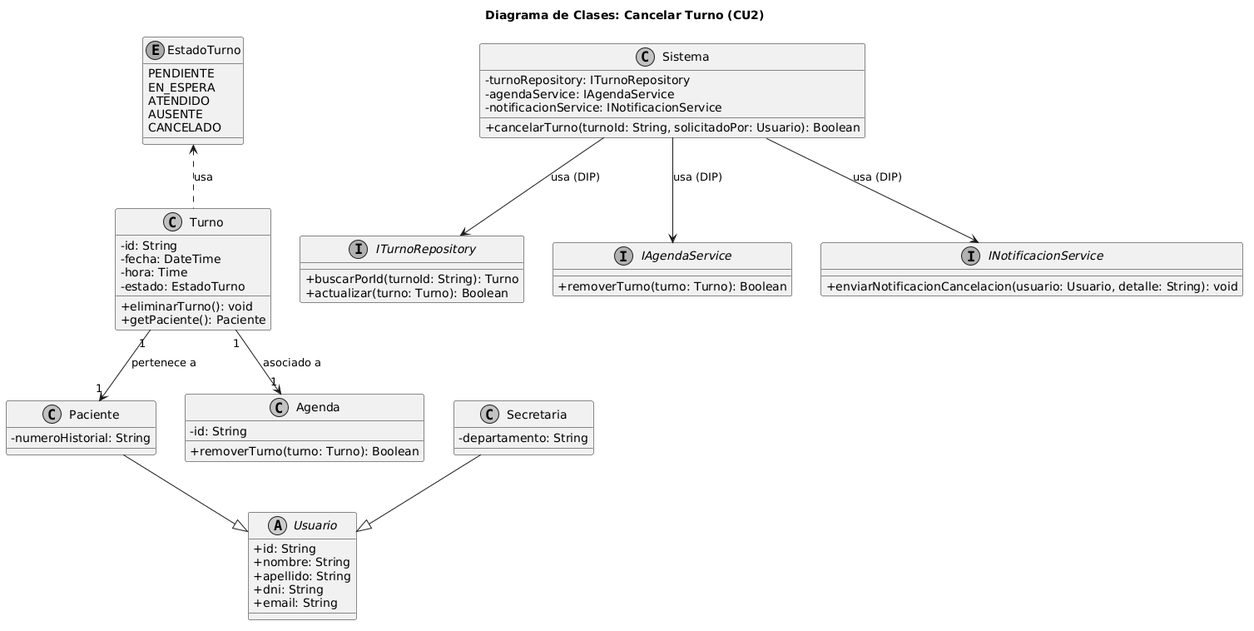
The PlantUML diagram diagramas/01-diagrama-clases/02-clases-cancelar-turno-02.png in FacundoGuiraldes/SistemaTurnosMedicos, before a commit.
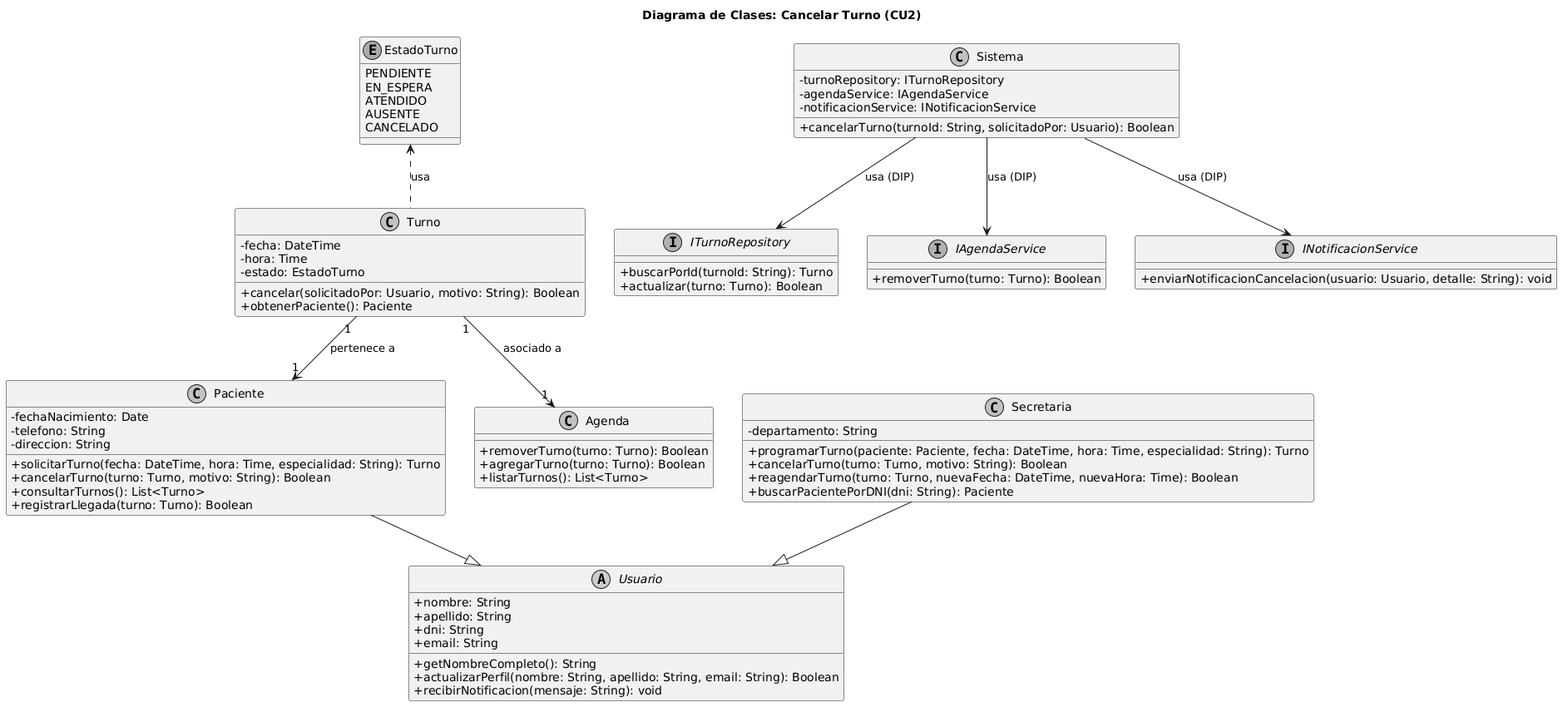
After the commit.

Commit message:
fix: refactorizar clases de CU2 eliminando atributos ID y completando metodos de Paciente, Secretaria y Usuario

What changed in the source:
```diff
@@ -5,33 +5,45 @@
 skinparam monochrome true
 
 abstract class Usuario {
-    +id: String
     +nombre: String
     +apellido: String
     +dni: String
     +email: String
+    +getNombreCompleto(): String
+    +actualizarPerfil(nombre: String, apellido: String, email: String): Boolean
+    +recibirNotificacion(mensaje: String): void
 }
 
 class Paciente {
-    -numeroHistorial: String
+    -fechaNacimiento: Date
+    -telefono: String
+    -direccion: String
+    +solicitarTurno(fecha: DateTime, hora: Time, especialidad: String): Turno
+    +cancelarTurno(turno: Turno, motivo: String): Boolean
+    +consultarTurnos(): List<Turno>
+    +registrarLlegada(turno: Turno): Boolean
 }
 
 class Secretaria {
     -departamento: String
+    +programarTurno(paciente: Paciente, fecha: DateTime, hora: Time, especialidad: String): Turno
+    +cancelarTurno(turno: Turno, motivo: String): Boolean
+    +reagendarTurno(turno: Turno, nuevaFecha: DateTime, nuevaHora: Time): Boolean
+    +buscarPacientePorDNI(dni: String): Paciente
 }
 
 class Turno {
-    -id: String
     -fecha: DateTime
     -hora: Time
     -estado: EstadoTurno
-    +eliminarTurno(): void
-    +getPaciente(): Paciente
+    +cancelar(solicitadoPor: Usuario, motivo: String): Boolean
+    +obtenerPaciente(): Paciente
 }
 
 class Agenda {
-    -id: String
     +removerTurno(turno: Turno): Boolean
+    +agregarTurno(turno: Turno): Boolean
+    +listarTurnos(): List<Turno>
 }
 
 enum EstadoTurno {
```
